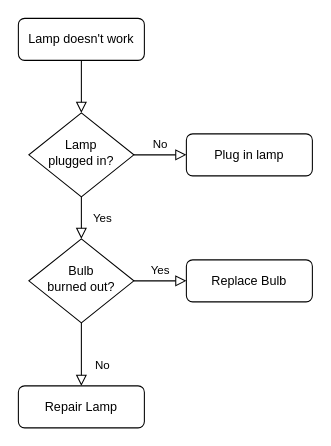
The draw.io diagram Untitled Diagram.drawio in agungor2/HateSpeech, before the edit. Source tidied: cells renumbered, new cells numbered last; positions are measured from the earlier drawing's top-left corner, leaving out a move shared by most shapes. Both pictures are drawn from the tidied source at 105%, with x=0, y=0 at pixel (18, 18).
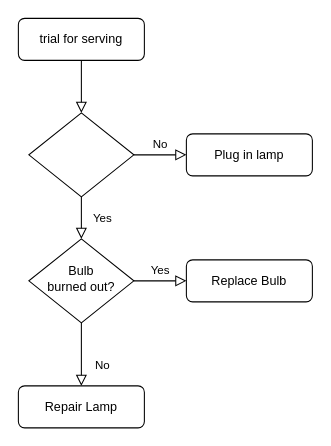
The same page after the edit.

Change to the diagram source:
```diff
@@
 <mxGraphModel>
   <root>
     <mxCell id="0" />
     <mxCell id="1" parent="0" />
     <mxCell id="2" style="rounded=0;html=1;jettySize=auto;fontSize=11;endArrow=block;endFill=0;endSize=8;strokeWidth=1;shadow=0;labelBackgroundColor=none;edgeStyle=orthogonalEdgeStyle;" parent="1" edge="1" source="3" target="6">
       <mxGeometry relative="1" as="geometry" />
     </mxCell>
-    <mxCell id="3" value="Lamp doesn't work" style="rounded=1;whiteSpace=wrap;html=1;fontSize=12;glass=0;strokeWidth=1;shadow=0;" parent="1" vertex="1">
+    <mxCell id="3" value="trial for serving" style="rounded=1;whiteSpace=wrap;html=1;fontSize=12;glass=0;strokeWidth=1;shadow=0;" parent="1" vertex="1">
       <mxGeometry width="120" height="40" as="geometry" />
     </mxCell>
     <mxCell id="4" value="Yes" style="rounded=0;html=1;jettySize=auto;fontSize=11;endArrow=block;endFill=0;endSize=8;strokeWidth=1;shadow=0;labelBackgroundColor=none;edgeStyle=orthogonalEdgeStyle;" parent="1" edge="1" source="6" target="10">
       <mxGeometry y="20" relative="1" as="geometry" />
     </mxCell>
     <mxCell id="5" value="No" style="edgeStyle=orthogonalEdgeStyle;rounded=0;html=1;jettySize=auto;fontSize=11;endArrow=block;endFill=0;endSize=8;strokeWidth=1;shadow=0;labelBackgroundColor=none;" parent="1" edge="1" source="6" target="7">
       <mxGeometry y="10" relative="1" as="geometry" />
     </mxCell>
-    <mxCell id="6" value="Lamp&lt;br&gt;plugged in?" style="rhombus;whiteSpace=wrap;html=1;shadow=0;fontFamily=Helvetica;fontSize=12;align=center;strokeWidth=1;spacing=6;spacingTop=-4;" parent="1" vertex="1">
+    <mxCell id="6" style="rhombus;whiteSpace=wrap;html=1;shadow=0;fontFamily=Helvetica;fontSize=12;align=center;strokeWidth=1;spacing=6;spacingTop=-4;" parent="1" vertex="1">
       <mxGeometry x="10" y="90" width="100" height="80" as="geometry" />
     </mxCell>
     <mxCell id="7" value="Plug in lamp" style="rounded=1;whiteSpace=wrap;html=1;fontSize=12;glass=0;strokeWidth=1;shadow=0;" parent="1" vertex="1">
       <mxGeometry x="160" y="110" width="120" height="40" as="geometry" />
     </mxCell>
     <mxCell id="8" value="No" style="rounded=0;html=1;jettySize=auto;fontSize=11;endArrow=block;endFill=0;endSize=8;strokeWidth=1;shadow=0;labelBackgroundColor=none;edgeStyle=orthogonalEdgeStyle;" parent="1" edge="1" source="10" target="11">
       <mxGeometry x="0.33" y="20" relative="1" as="geometry" />
     </mxCell>
     <mxCell id="9" value="Yes" style="edgeStyle=orthogonalEdgeStyle;rounded=0;html=1;jettySize=auto;fontSize=11;endArrow=block;endFill=0;endSize=8;strokeWidth=1;shadow=0;labelBackgroundColor=none;" parent="1" edge="1" source="10" target="12">
       <mxGeometry y="10" relative="1" as="geometry" />
     </mxCell>
     <mxCell id="10" value="Bulb&lt;br&gt;burned out?" style="rhombus;whiteSpace=wrap;html=1;shadow=0;fontFamily=Helvetica;fontSize=12;align=center;strokeWidth=1;spacing=6;spacingTop=-4;" parent="1" vertex="1">
       <mxGeometry x="10" y="210" width="100" height="80" as="geometry" />
     </mxCell>
     <mxCell id="11" value="Repair Lamp" style="rounded=1;whiteSpace=wrap;html=1;fontSize=12;glass=0;strokeWidth=1;shadow=0;" parent="1" vertex="1">
       <mxGeometry y="350" width="120" height="40" as="geometry" />
     </mxCell>
     <mxCell id="12" value="Replace Bulb" style="rounded=1;whiteSpace=wrap;html=1;fontSize=12;glass=0;strokeWidth=1;shadow=0;" parent="1" vertex="1">
       <mxGeometry x="160" y="230" width="120" height="40" as="geometry" />
     </mxCell>
   </root>
 </mxGraphModel>
```
